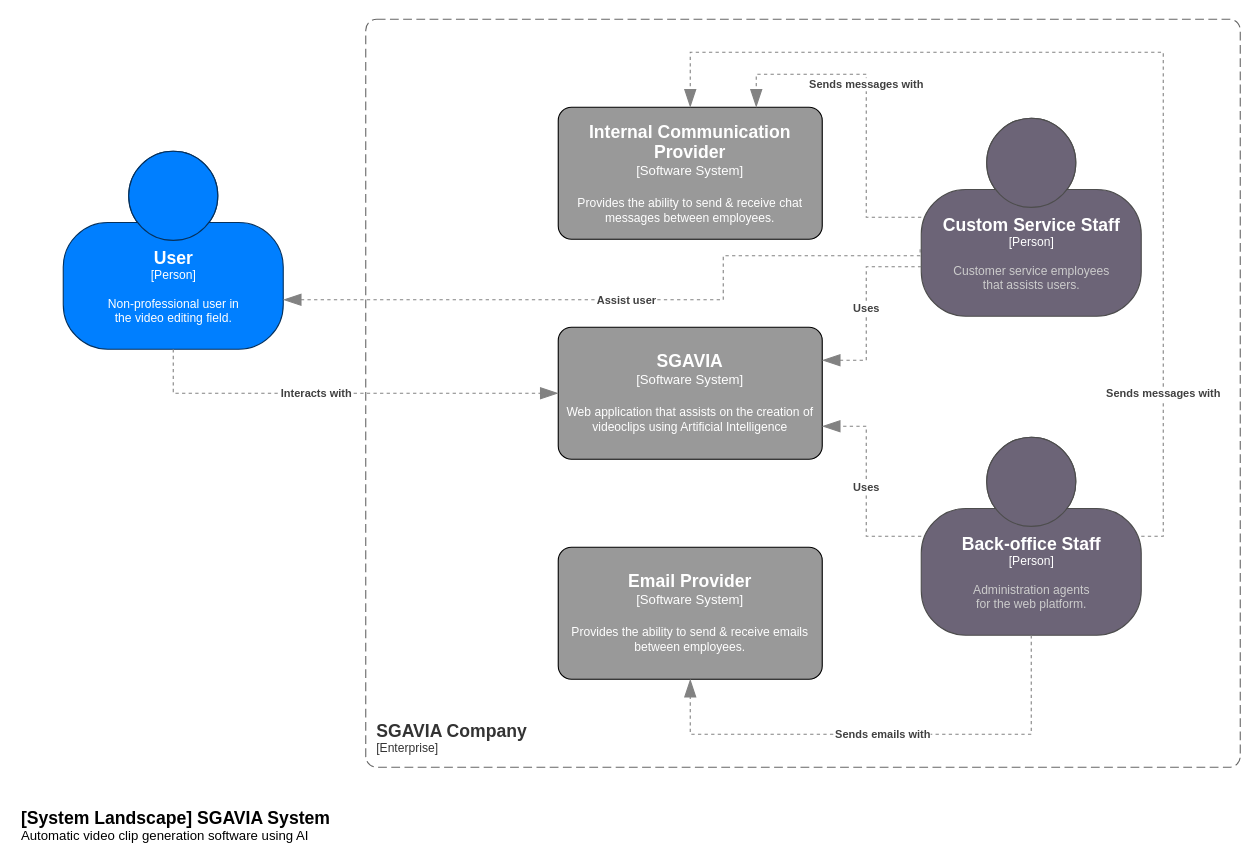
The draw.io diagram page "Página-3" (3 of 5) of drawio-diagrams/Organigrama.drawio in PR2022027/.github, before the edit. Source tidied: cells renumbered, new cells numbered last; positions are measured from the earlier drawing's top-left corner, leaving out a move shared by most shapes. Both pictures are drawn from the tidied source at 110%, with x=0, y=0 at pixel (19, 19).
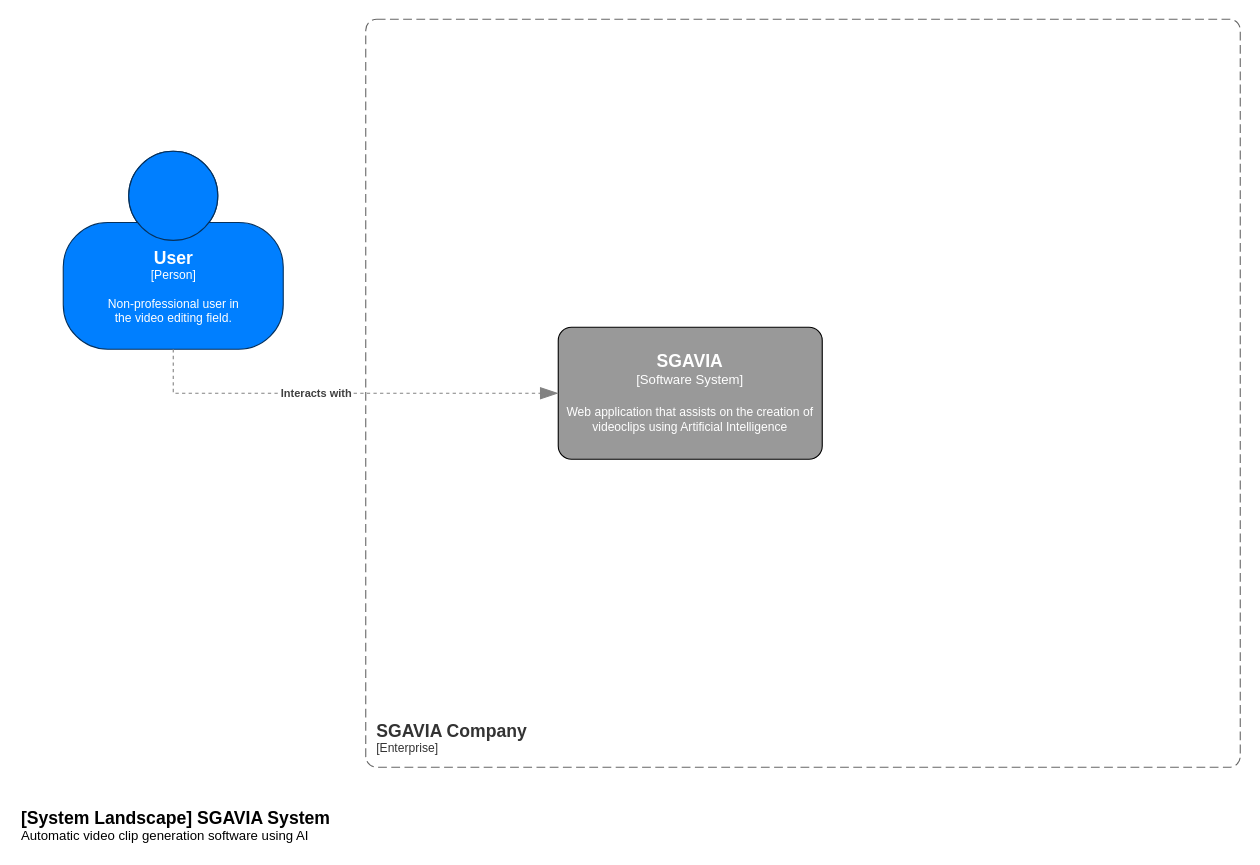
After the change.

The change refers to these unchanged cells:
```xml
<object id="3" label="&lt;font style=&quot;font-size: 16px&quot;&gt;&lt;b&gt;%c4Name%&lt;/b&gt;&lt;/font&gt;&lt;div&gt;[%c4Type%]&lt;/div&gt;&lt;br&gt;&lt;div&gt;&lt;font style=&quot;font-size: 11px&quot;&gt;&lt;font&gt;%c4Description%&lt;/font&gt;&lt;/font&gt;&lt;/div&gt;" c4Description="Non-professional user in &#10;the video editing field." c4Name="User" c4Type="Person" placeholders="1">
  <mxCell style="html=1;fontSize=11;dashed=0;whitespace=wrap;fillColor=#007FFF;strokeColor=#06315C;fontColor=#FFFFFF;shape=mxgraph.c4.person2;align=center;points=[[0.5,0,0],[1,0.5,0],[1,0.75,0],[0.75,1,0],[0.5,1,0],[0.25,1,0],[0,0.75,0],[0,0.5,0]];" parent="1" vertex="1">
    <mxGeometry x="40" y="120" width="200" height="180" as="geometry" />
  </mxCell>
</object>
<object id="4" label="&lt;font style=&quot;font-size: 16px&quot;&gt;&lt;b&gt;%c4Name%&lt;/b&gt;&lt;/font&gt;&lt;div&gt;[%c4Type%]&lt;/div&gt;&lt;br&gt;&lt;div&gt;&lt;font style=&quot;font-size: 11px&quot;&gt;&lt;font&gt;%c4Description%&lt;/font&gt;&lt;/font&gt;&lt;/div&gt;" c4Description="Web application that assists on the creation of videoclips using Artificial Intelligence" c4Name="SGAVIA" c4Type="Software System" placeholders="1">
  <mxCell style="rounded=1;whiteSpace=wrap;html=1;labelBackgroundColor=none;fillColor=#999999;align=center;arcSize=10;strokeColor=#000000;points=[[0.25,0,0],[0.5,0,0],[0.75,0,0],[1,0.25,0],[1,0.5,0],[1,0.75,0],[0.75,1,0],[0.5,1,0],[0.25,1,0],[0,0.75,0],[0,0.5,0],[0,0.25,0]];fontColor=#FFFFFF;" parent="1" vertex="1">
    <mxGeometry x="490" y="280" width="240" height="120" as="geometry" />
  </mxCell>
</object>
```

What changed in the source:
```diff
@@
-    <object id="7" label="&lt;font style=&quot;font-size: 16px&quot;&gt;&lt;b&gt;%c4Name%&lt;/b&gt;&lt;/font&gt;&lt;div&gt;[%c4Type%]&lt;/div&gt;&lt;br&gt;&lt;div&gt;&lt;font style=&quot;font-size: 11px&quot;&gt;&lt;font&gt;%c4Description%&lt;/font&gt;&lt;/font&gt;&lt;/div&gt;" c4Description="Provides the ability to send &amp; receive emails between employees." c4Name="Email Provider" c4Type="Software System" placeholders="1">
-      <mxCell style="rounded=1;whiteSpace=wrap;html=1;labelBackgroundColor=none;fillColor=#999999;align=center;arcSize=10;strokeColor=#000000;points=[[0.25,0,0],[0.5,0,0],[0.75,0,0],[1,0.25,0],[1,0.5,0],[1,0.75,0],[0.75,1,0],[0.5,1,0],[0.25,1,0],[0,0.75,0],[0,0.5,0],[0,0.25,0]];fontColor=#FFFFFF;" parent="1" vertex="1">
-        <mxGeometry x="490" y="480" width="240" height="120" as="geometry" />
-      </mxCell>
-    </object>
-    <object id="8" label="&lt;font style=&quot;font-size: 16px&quot;&gt;&lt;b&gt;%c4Name%&lt;/b&gt;&lt;/font&gt;&lt;div&gt;[%c4Type%]&lt;/div&gt;&lt;br&gt;&lt;div&gt;&lt;font style=&quot;font-size: 11px&quot;&gt;&lt;font&gt;%c4Description%&lt;/font&gt;&lt;/font&gt;&lt;/div&gt;" c4Description="Provides the ability to send &amp; receive chat messages between employees." c4Name="Internal Communication Provider" c4Type="Software System" placeholders="1">
-      <mxCell style="rounded=1;whiteSpace=wrap;html=1;labelBackgroundColor=none;fillColor=#999999;align=center;arcSize=10;strokeColor=#000000;points=[[0.25,0,0],[0.5,0,0],[0.75,0,0],[1,0.25,0],[1,0.5,0],[1,0.75,0],[0.75,1,0],[0.5,1,0],[0.25,1,0],[0,0.75,0],[0,0.5,0],[0,0.25,0]];fontColor=#FFFFFF;" parent="1" vertex="1">
-        <mxGeometry x="490" y="80" width="240" height="120" as="geometry" />
-      </mxCell>
-    </object>
-    <object id="9" label="&lt;font style=&quot;font-size: 16px&quot;&gt;&lt;b&gt;%c4Name%&lt;/b&gt;&lt;/font&gt;&lt;div&gt;[%c4Type%]&lt;/div&gt;&lt;br&gt;&lt;div&gt;&lt;font style=&quot;font-size: 11px&quot;&gt;&lt;font color=&quot;#cccccc&quot;&gt;%c4Description%&lt;/font&gt;&lt;/div&gt;" c4Description="Customer service employees &#10;that assists users." c4Name="Custom Service Staff" c4Type="Person" placeholders="1">
-      <mxCell style="html=1;fontSize=11;dashed=0;whitespace=wrap;fillColor=#6C6477;strokeColor=#4D4D4D;fontColor=#ffffff;shape=mxgraph.c4.person2;align=center;points=[[0.5,0,0],[1,0.5,0],[1,0.75,0],[0.75,1,0],[0.5,1,0],[0.25,1,0],[0,0.75,0],[0,0.5,0]];" parent="1" vertex="1">
-        <mxGeometry x="820" y="90" width="200" height="180" as="geometry" />
-      </mxCell>
-    </object>
-    <object id="10" label="&lt;font style=&quot;font-size: 16px&quot;&gt;&lt;b&gt;%c4Name%&lt;/b&gt;&lt;/font&gt;&lt;div&gt;[%c4Type%]&lt;/div&gt;&lt;br&gt;&lt;div&gt;&lt;font style=&quot;font-size: 11px&quot;&gt;&lt;font color=&quot;#cccccc&quot;&gt;%c4Description%&lt;/font&gt;&lt;/div&gt;" c4Description="Administration agents &#10;for the web platform." c4Name="Back-office Staff" c4Type="Person" placeholders="1">
-      <mxCell style="html=1;fontSize=11;dashed=0;whitespace=wrap;fillColor=#6C6477;strokeColor=#4D4D4D;fontColor=#ffffff;shape=mxgraph.c4.person2;align=center;points=[[0.5,0,0],[1,0.5,0],[1,0.75,0],[0.75,1,0],[0.5,1,0],[0.25,1,0],[0,0.75,0],[0,0.5,0]];" parent="1" vertex="1">
-        <mxGeometry x="820" y="380" width="200" height="180" as="geometry" />
-      </mxCell>
-    </object>
-    <object id="11" label="&lt;div style=&quot;text-align: left&quot;&gt;&lt;div style=&quot;text-align: center&quot;&gt;&lt;b&gt;%c4Description%&lt;/b&gt;&lt;/div&gt;" c4Description="Sends emails with" placeholders="1">
-      <mxCell style="endArrow=blockThin;html=1;fontSize=10;fontColor=#404040;strokeWidth=1;endFill=1;strokeColor=#828282;elbow=vertical;endSize=14;startSize=14;jumpStyle=arc;jumpSize=16;rounded=0;edgeStyle=orthogonalEdgeStyle;exitX=0.5;exitY=1;exitDx=0;exitDy=0;exitPerimeter=0;entryX=0.5;entryY=1;entryDx=0;entryDy=0;entryPerimeter=0;dashed=1;" parent="1" edge="1" source="10" target="7">
-        <mxGeometry relative="1" as="geometry">
-          <Array as="points">
-            <mxPoint x="920" y="650" />
-            <mxPoint x="610" y="650" />
-          </Array>
-        </mxGeometry>
-      </mxCell>
-    </object>
-    <object id="12" label="&lt;div style=&quot;text-align: left&quot;&gt;&lt;div style=&quot;text-align: center&quot;&gt;&lt;b&gt;%c4Description%&lt;/b&gt;&lt;/div&gt;" c4Description="Uses" placeholders="1">
-      <mxCell style="endArrow=blockThin;html=1;fontSize=10;fontColor=#404040;strokeWidth=1;endFill=1;strokeColor=#828282;elbow=vertical;endSize=14;startSize=14;jumpStyle=arc;jumpSize=16;rounded=0;edgeStyle=orthogonalEdgeStyle;exitX=0;exitY=0.5;exitDx=0;exitDy=0;exitPerimeter=0;entryX=1;entryY=0.75;entryDx=0;entryDy=0;entryPerimeter=0;dashed=1;" parent="1" edge="1" source="10" target="4">
-        <mxGeometry relative="1" as="geometry">
-          <Array as="points">
-            <mxPoint x="770" y="470" />
-            <mxPoint x="770" y="370" />
-          </Array>
-        </mxGeometry>
-      </mxCell>
-    </object>
-    <object id="13" label="&lt;div style=&quot;text-align: left&quot;&gt;&lt;div style=&quot;text-align: center&quot;&gt;&lt;b&gt;%c4Description%&lt;/b&gt;&lt;/div&gt;" c4Description="Uses" placeholders="1">
-      <mxCell style="endArrow=blockThin;html=1;fontSize=10;fontColor=#404040;strokeWidth=1;endFill=1;strokeColor=#828282;elbow=vertical;endSize=14;startSize=14;jumpStyle=arc;jumpSize=16;rounded=0;edgeStyle=orthogonalEdgeStyle;exitX=0;exitY=0.75;exitDx=0;exitDy=0;exitPerimeter=0;dashed=1;entryX=1;entryY=0.25;entryDx=0;entryDy=0;entryPerimeter=0;" parent="1" edge="1" source="9" target="4">
-        <mxGeometry relative="1" as="geometry">
-          <Array as="points">
-            <mxPoint x="770" y="225" />
-            <mxPoint x="770" y="310" />
-          </Array>
-        </mxGeometry>
-      </mxCell>
-    </object>
-    <object id="14" label="&lt;div style=&quot;text-align: left&quot;&gt;&lt;div style=&quot;text-align: center&quot;&gt;&lt;b&gt;%c4Description%&lt;/b&gt;&lt;/div&gt;" c4Description="Sends messages with" placeholders="1">
-      <mxCell style="endArrow=blockThin;html=1;fontSize=10;fontColor=#404040;strokeWidth=1;endFill=1;strokeColor=#828282;elbow=vertical;endSize=14;startSize=14;jumpStyle=arc;jumpSize=16;rounded=0;edgeStyle=orthogonalEdgeStyle;exitX=1;exitY=0.5;exitDx=0;exitDy=0;exitPerimeter=0;entryX=0.5;entryY=0;entryDx=0;entryDy=0;entryPerimeter=0;dashed=1;" parent="1" edge="1" source="10" target="8">
-        <mxGeometry x="-0.68" relative="1" as="geometry">
-          <Array as="points">
-            <mxPoint x="1040" y="470" />
-            <mxPoint x="1040" y="30" />
-            <mxPoint x="610" y="30" />
-          </Array>
-        </mxGeometry>
-      </mxCell>
-    </object>
-    <object id="15" label="&lt;div style=&quot;text-align: left&quot;&gt;&lt;div style=&quot;text-align: center&quot;&gt;&lt;b&gt;%c4Description%&lt;/b&gt;&lt;/div&gt;" c4Description="Sends messages with" placeholders="1">
-      <mxCell style="endArrow=blockThin;html=1;fontSize=10;fontColor=#404040;strokeWidth=1;endFill=1;strokeColor=#828282;elbow=vertical;endSize=14;startSize=14;jumpStyle=arc;jumpSize=16;rounded=0;edgeStyle=orthogonalEdgeStyle;exitX=0;exitY=0.5;exitDx=0;exitDy=0;exitPerimeter=0;entryX=0.75;entryY=0;entryDx=0;entryDy=0;entryPerimeter=0;dashed=1;" parent="1" edge="1" source="9" target="8">
-        <mxGeometry x="0.1" relative="1" as="geometry">
-          <Array as="points">
-            <mxPoint x="770" y="180" />
-            <mxPoint x="770" y="50" />
-            <mxPoint x="670" y="50" />
-          </Array>
-        </mxGeometry>
-      </mxCell>
-    </object>
-    <object id="16" label="&lt;div style=&quot;text-align: left&quot;&gt;&lt;div style=&quot;text-align: center&quot;&gt;&lt;b&gt;%c4Description%&lt;/b&gt;&lt;/div&gt;" c4Description="Assist user" placeholders="1">
-      <mxCell style="endArrow=blockThin;html=1;fontSize=10;fontColor=#404040;strokeWidth=1;endFill=1;strokeColor=#828282;elbow=vertical;endSize=14;startSize=14;jumpStyle=arc;jumpSize=16;rounded=0;edgeStyle=orthogonalEdgeStyle;exitX=-0.005;exitY=0.661;exitDx=0;exitDy=0;exitPerimeter=0;dashed=1;entryX=1;entryY=0.75;entryDx=0;entryDy=0;entryPerimeter=0;" parent="1" edge="1" source="9" target="3">
-        <mxGeometry relative="1" as="geometry">
-          <Array as="points">
-            <mxPoint x="819" y="215" />
-            <mxPoint x="640" y="215" />
-            <mxPoint x="640" y="255" />
-          </Array>
-        </mxGeometry>
-      </mxCell>
-    </object>
```
